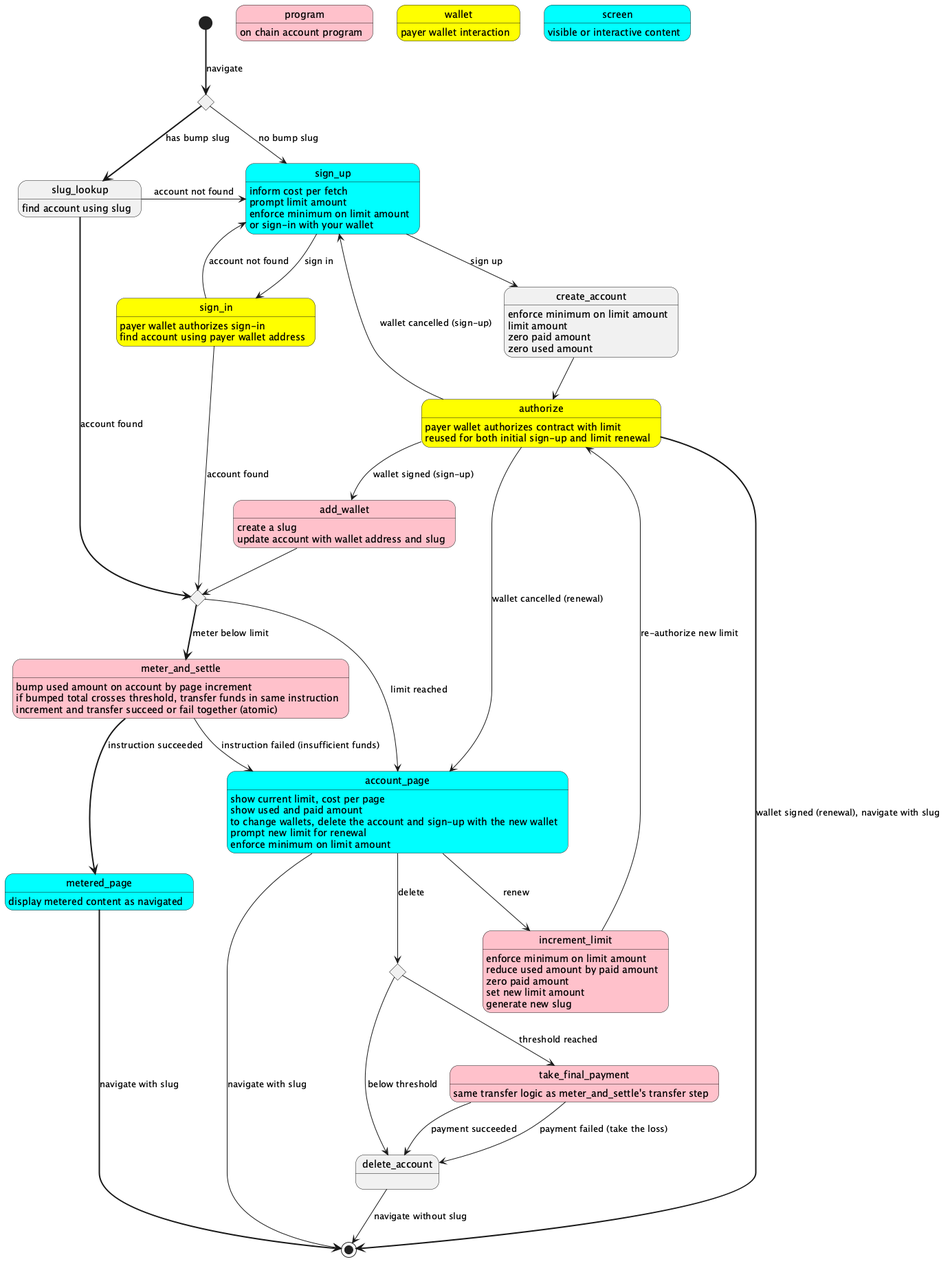
This is state-machine.png from wbreeze/sol-pay, a PlantUML export, as it was before one commit.
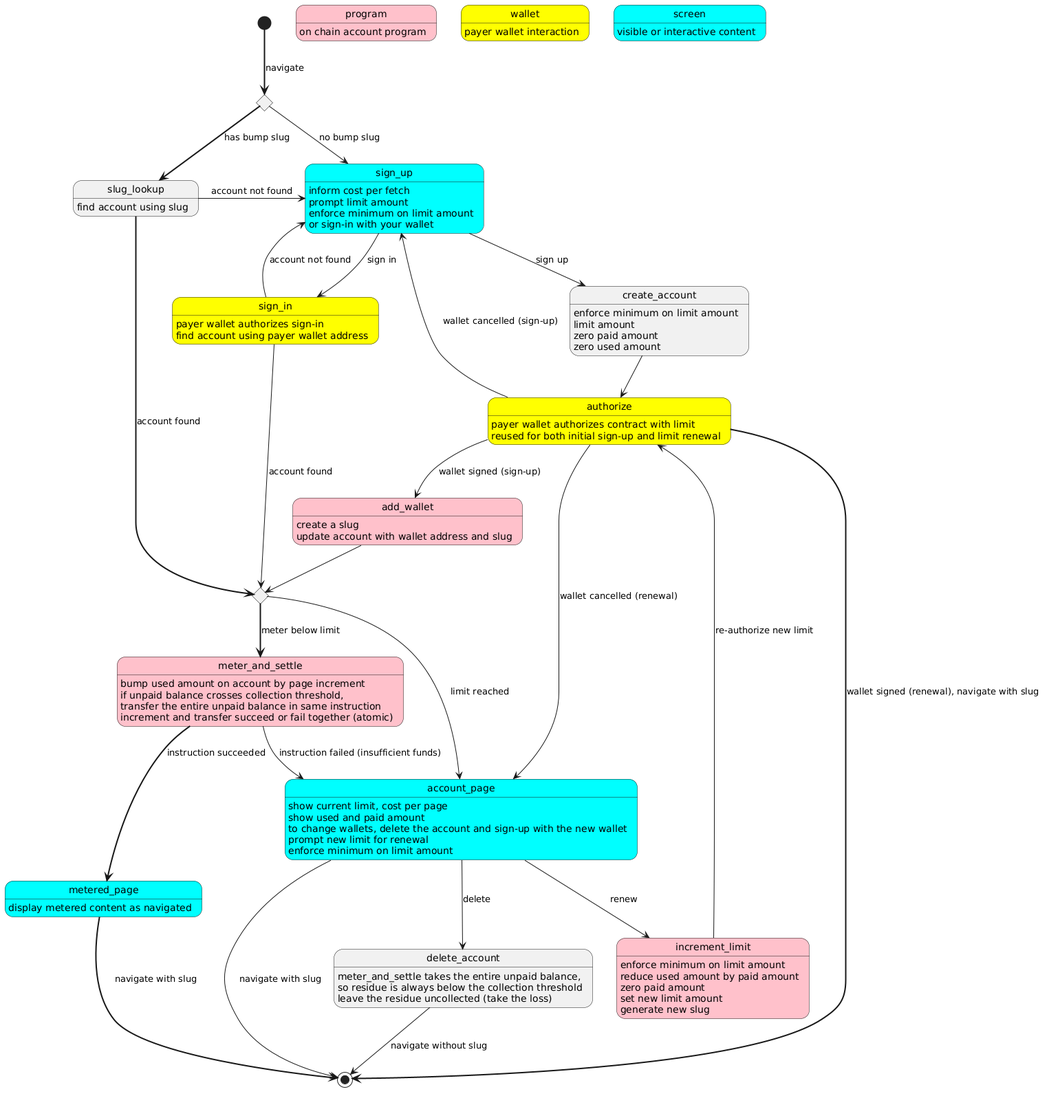
Later version of the same file.

Commit message:
Drop final collection step from state machine

meter_and_settle transfers the entire unpaid balance, so the residue at
delete time is always below the collection threshold. The check_collect
choice and take_final_payment state were therefore unreachable; remove
them and note the reasoning on delete_account.

Also state explicitly that the settle transfers the whole unpaid
balance, distinguishing it from the spending limit.

Claude-Session: https://claude.ai/code/session_014osWYfUwWS1seKMFb6LKZk

What changed in the source:
```diff
@@ -21,8 +21,6 @@
 state account_page #cyan
 state metered_page #cyan
 state increment_limit #pink
-state check_collect <<choice>>
-state take_final_payment #pink
 state delete_account
 
 [*] -[bold]-> bumpslugcheck : navigate
@@ -66,7 +64,8 @@
 metered_page -[bold]-> [*] : navigate with slug
 
 meter_and_settle : bump used amount on account by page increment
-meter_and_settle : if bumped total crosses threshold, transfer funds in same instruction
+meter_and_settle : if unpaid balance crosses collection threshold,
+meter_and_settle : transfer the entire unpaid balance in same instruction
 meter_and_settle : increment and transfer succeed or fail together (atomic)
 meter_and_settle -[bold]-> metered_page : instruction succeeded
 meter_and_settle --> account_page : instruction failed (insufficient funds)
@@ -81,7 +80,7 @@
 account_page: enforce minimum on limit amount
 account_page -> [*] : navigate with slug
 account_page --> increment_limit : renew
-account_page --> check_collect : delete
+account_page --> delete_account : delete
 
 increment_limit: enforce minimum on limit amount
 increment_limit: reduce used amount by paid amount
@@ -90,13 +89,9 @@
 increment_limit: generate new slug
 increment_limit --> authorize : re-authorize new limit
 
-check_collect --> take_final_payment : threshold reached
-check_collect --> delete_account : below threshold
-
-take_final_payment: same transfer logic as meter_and_settle's transfer step
-take_final_payment --> delete_account : payment succeeded
-take_final_payment --> delete_account : payment failed (take the loss)
-
+delete_account : meter_and_settle takes the entire unpaid balance,
+delete_account : so residue is always below the collection threshold
+delete_account : leave the residue uncollected (take the loss)
 delete_account --> [*] : navigate without slug
 
 @enduml
```
